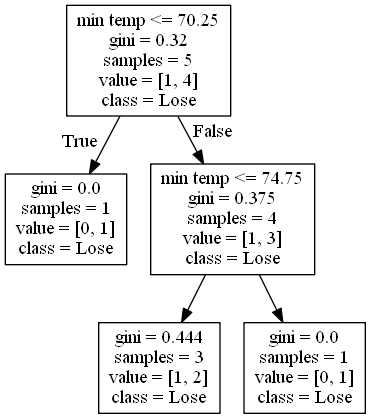
Above: DecisionTrees/Pac-12decision_tree_no_score_or_attendance8.png in alexana-steck/CSE482Project (Graphviz), before the change. Its source is kept beside it as DecisionTrees/Pac-12decision_tree_no_score_or_attendance8.dot.
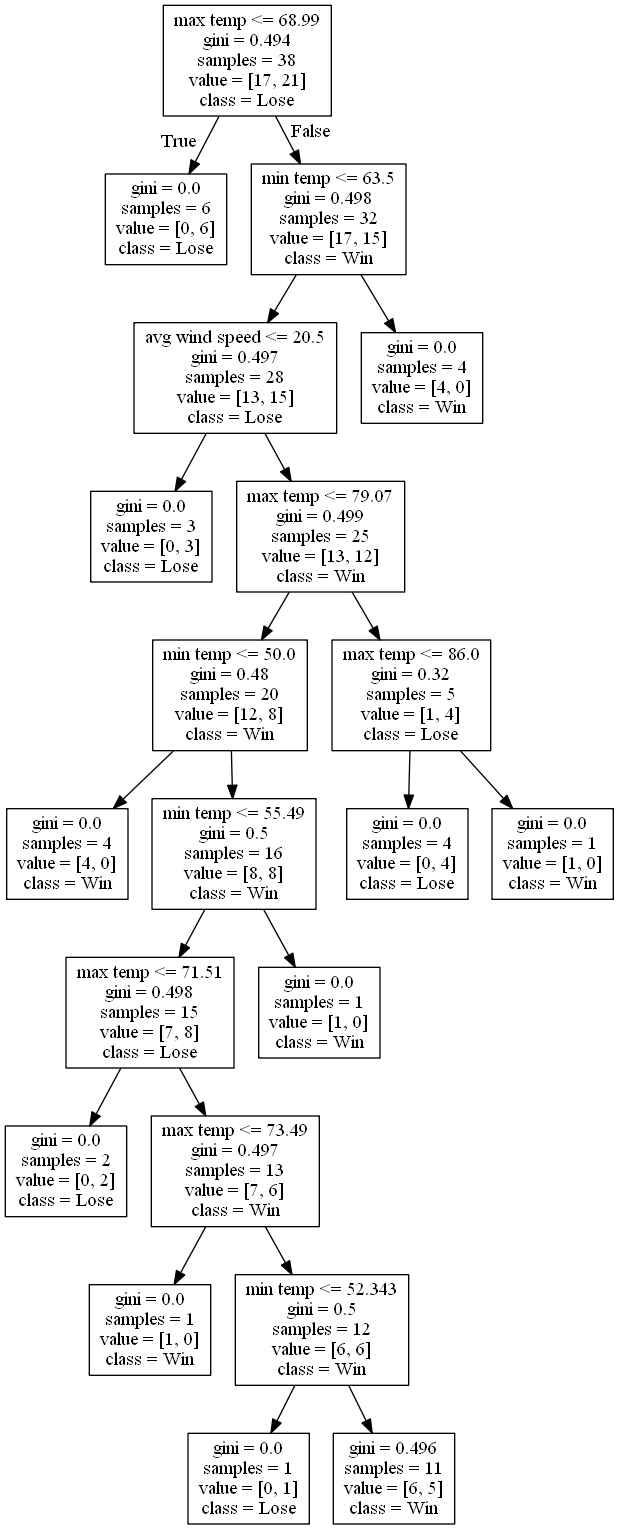
The same file after the commit.

Change to the diagram source:
```diff
@@ -1,12 +1,44 @@
 digraph Tree {
 node [shape=box] ;
-0 [label="min temp <= 70.25\ngini = 0.32\nsamples = 5\nvalue = [1, 4]\nclass = Lose"] ;
-1 [label="gini = 0.0\nsamples = 1\nvalue = [0, 1]\nclass = Lose"] ;
+0 [label="max temp <= 68.99\ngini = 0.494\nsamples = 38\nvalue = [17, 21]\nclass = Lose"] ;
+1 [label="gini = 0.0\nsamples = 6\nvalue = [0, 6]\nclass = Lose"] ;
 0 -> 1 [labeldistance=2.5, labelangle=45, headlabel="True"] ;
-2 [label="min temp <= 74.75\ngini = 0.375\nsamples = 4\nvalue = [1, 3]\nclass = Lose"] ;
+2 [label="min temp <= 63.5\ngini = 0.498\nsamples = 32\nvalue = [17, 15]\nclass = Win"] ;
 0 -> 2 [labeldistance=2.5, labelangle=-45, headlabel="False"] ;
-3 [label="gini = 0.444\nsamples = 3\nvalue = [1, 2]\nclass = Lose"] ;
+3 [label="avg wind speed <= 20.5\ngini = 0.497\nsamples = 28\nvalue = [13, 15]\nclass = Lose"] ;
 2 -> 3 ;
-4 [label="gini = 0.0\nsamples = 1\nvalue = [0, 1]\nclass = Lose"] ;
-2 -> 4 ;
+4 [label="gini = 0.0\nsamples = 3\nvalue = [0, 3]\nclass = Lose"] ;
+3 -> 4 ;
+5 [label="max temp <= 79.07\ngini = 0.499\nsamples = 25\nvalue = [13, 12]\nclass = Win"] ;
+3 -> 5 ;
+6 [label="min temp <= 50.0\ngini = 0.48\nsamples = 20\nvalue = [12, 8]\nclass = Win"] ;
+5 -> 6 ;
+7 [label="gini = 0.0\nsamples = 4\nvalue = [4, 0]\nclass = Win"] ;
+6 -> 7 ;
+8 [label="min temp <= 55.49\ngini = 0.5\nsamples = 16\nvalue = [8, 8]\nclass = Win"] ;
+6 -> 8 ;
+9 [label="max temp <= 71.51\ngini = 0.498\nsamples = 15\nvalue = [7, 8]\nclass = Lose"] ;
+8 -> 9 ;
+10 [label="gini = 0.0\nsamples = 2\nvalue = [0, 2]\nclass = Lose"] ;
+9 -> 10 ;
+11 [label="max temp <= 73.49\ngini = 0.497\nsamples = 13\nvalue = [7, 6]\nclass = Win"] ;
+9 -> 11 ;
+12 [label="gini = 0.0\nsamples = 1\nvalue = [1, 0]\nclass = Win"] ;
+11 -> 12 ;
+13 [label="min temp <= 52.343\ngini = 0.5\nsamples = 12\nvalue = [6, 6]\nclass = Win"] ;
+11 -> 13 ;
+14 [label="gini = 0.0\nsamples = 1\nvalue = [0, 1]\nclass = Lose"] ;
+13 -> 14 ;
+15 [label="gini = 0.496\nsamples = 11\nvalue = [6, 5]\nclass = Win"] ;
+13 -> 15 ;
+16 [label="gini = 0.0\nsamples = 1\nvalue = [1, 0]\nclass = Win"] ;
+8 -> 16 ;
+17 [label="max temp <= 86.0\ngini = 0.32\nsamples = 5\nvalue = [1, 4]\nclass = Lose"] ;
+5 -> 17 ;
+18 [label="gini = 0.0\nsamples = 4\nvalue = [0, 4]\nclass = Lose"] ;
+17 -> 18 ;
+19 [label="gini = 0.0\nsamples = 1\nvalue = [1, 0]\nclass = Win"] ;
+17 -> 19 ;
+20 [label="gini = 0.0\nsamples = 4\nvalue = [4, 0]\nclass = Win"] ;
+2 -> 20 ;
 }
```
